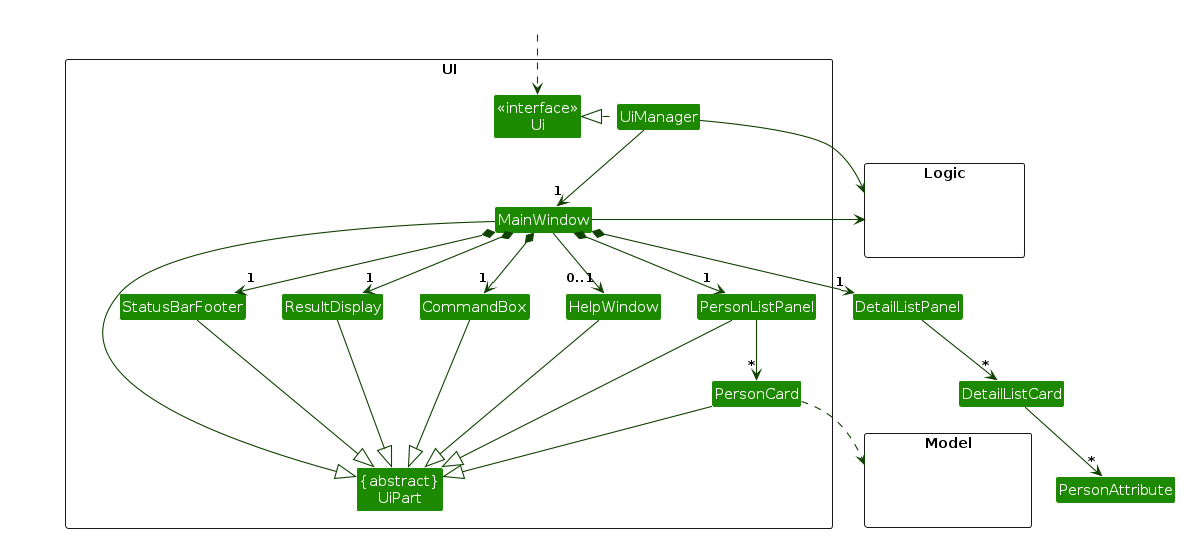
Before: diagrams/UiClassDiagram.png, a diagram exported from PlantUML (lhurr/tp). Its source is kept beside it as diagrams/UiClassDiagram.puml.
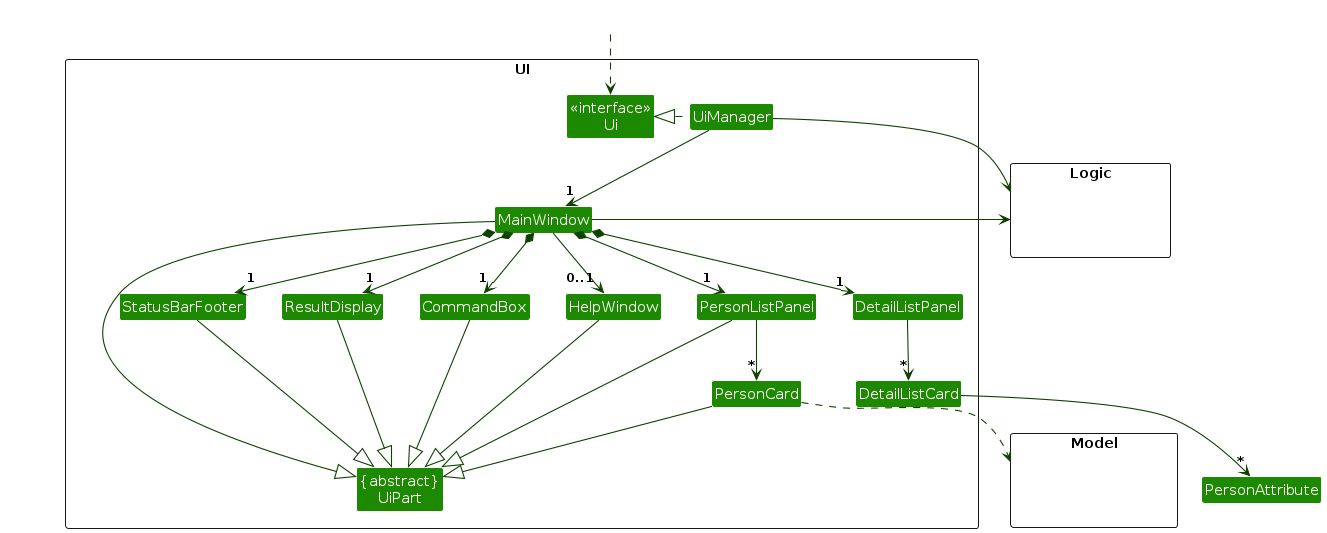
After the change.

Change to the diagram source:
```diff
@@ -13,6 +13,8 @@
 Class ResultDisplay
 Class PersonListPanel
 Class PersonCard
+Class DetailListPanel
+Class DetailListCard
 Class StatusBarFooter
 Class CommandBox
 }
```
